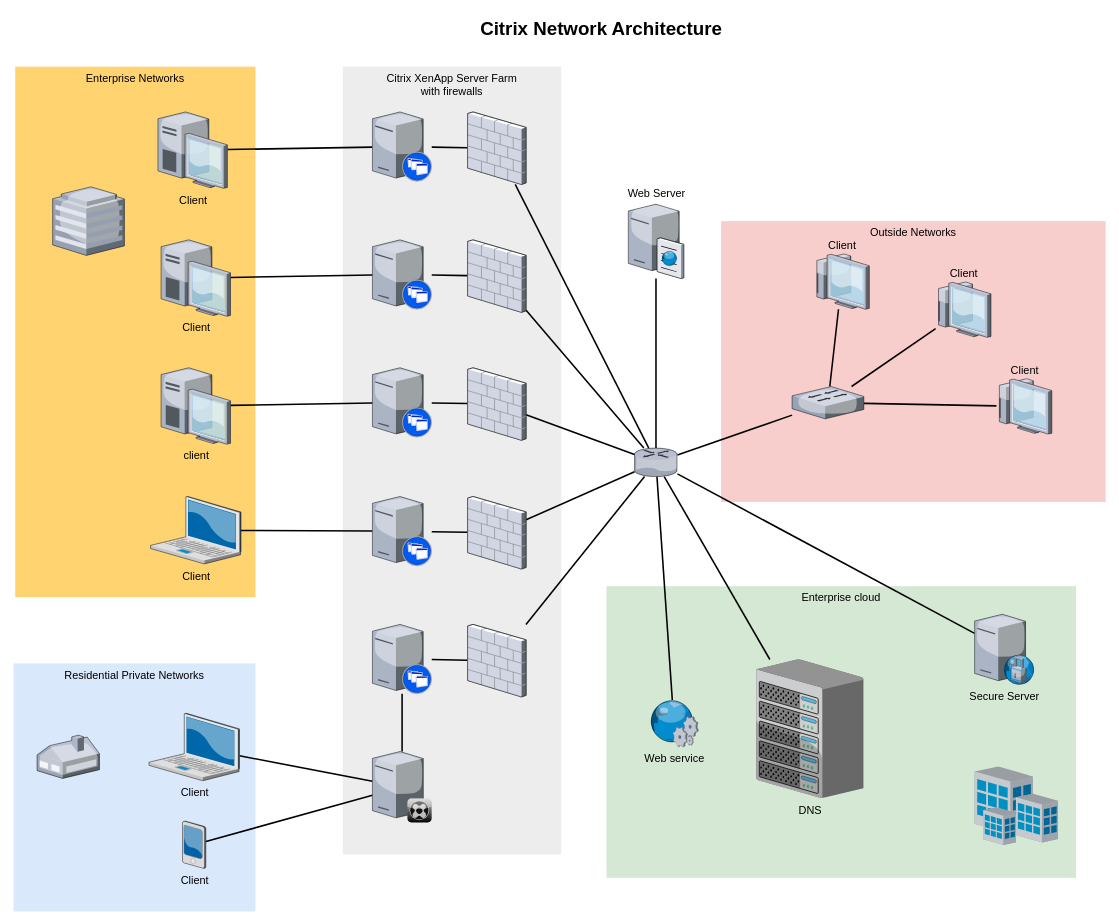
The draw.io diagram Namnlöst diagram.drawio in Adilzaf/hello-world, before the edit. Source tidied: cells renumbered, new cells numbered last; positions are measured from the earlier drawing's top-left corner, leaving out a move shared by most shapes. Both pictures are drawn from the tidied source at 78%, with x=0, y=0 at pixel (13, 13).
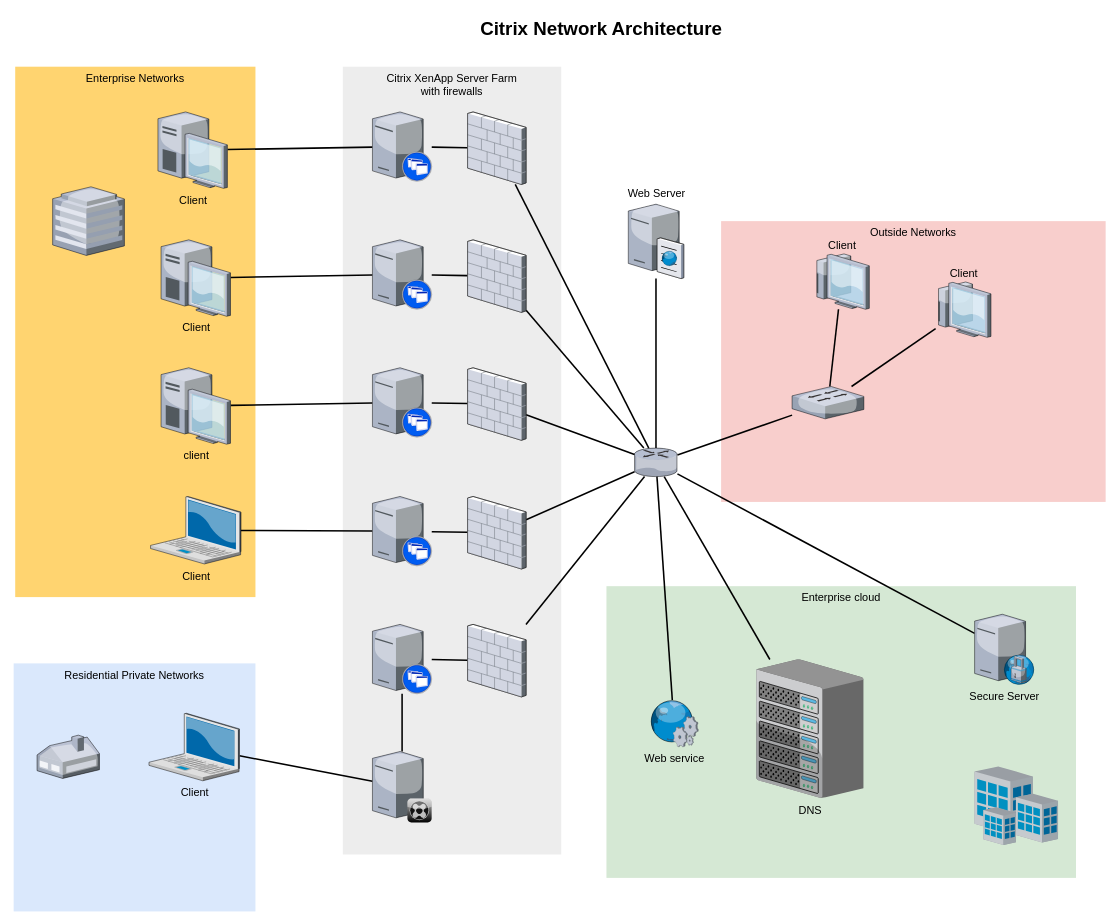
The same page after the edit.

Unchanged cells that the change refers to:
```xml
<mxCell id="35" style="verticalLabelPosition=bottom;html=1;verticalAlign=top;strokeColor=none;shape=mxgraph.citrix.xenclient_synchronizer;fillColor=#CCCCCC;gradientColor=#000000;gradientDirection=south;fontSize=14;" parent="1" vertex="1">
  <mxGeometry x="460" y="946" width="76" height="91" as="geometry" />
</mxCell>
<mxCell id="54" style="verticalLabelPosition=bottom;html=1;verticalAlign=top;strokeColor=none;shape=mxgraph.citrix.switch;fillColor=#66B2FF;gradientColor=#0066CC;fontSize=14;" parent="1" vertex="1">
  <mxGeometry x="998" y="478" width="92" height="41.5" as="geometry" />
</mxCell>
```

Change to the diagram source:
```diff
@@
-    <mxCell id="17" style="edgeStyle=none;rounded=0;html=1;startSize=10;endSize=10;jettySize=auto;fontSize=14;endArrow=none;endFill=0;strokeWidth=2;" parent="1" edge="1" source="18" target="35">
-      <mxGeometry relative="1" as="geometry" />
-    </mxCell>
-    <mxCell id="18" value="Client" style="verticalLabelPosition=bottom;html=1;verticalAlign=top;strokeColor=none;shape=mxgraph.citrix.pda;fillColor=#66B2FF;gradientColor=#0066CC;fontSize=14;" parent="1" vertex="1">
-      <mxGeometry x="216.5" y="1035" width="30" height="61" as="geometry" />
-    </mxCell>
@@
-    <mxCell id="53" style="edgeStyle=none;rounded=0;html=1;startSize=10;endSize=10;jettySize=auto;fontSize=14;endArrow=none;endFill=0;strokeWidth=2;" parent="1" edge="1" source="54" target="55">
-      <mxGeometry relative="1" as="geometry" />
-    </mxCell>
@@
-    <mxCell id="55" value="Client" style="verticalLabelPosition=top;html=1;verticalAlign=bottom;strokeColor=none;shape=mxgraph.citrix.thin_client;fillColor=#66B2FF;gradientColor=#0066CC;fontSize=14;labelPosition=center;align=center;" parent="1" vertex="1">
-      <mxGeometry x="1260" y="468" width="71" height="71" as="geometry" />
-    </mxCell>
```
